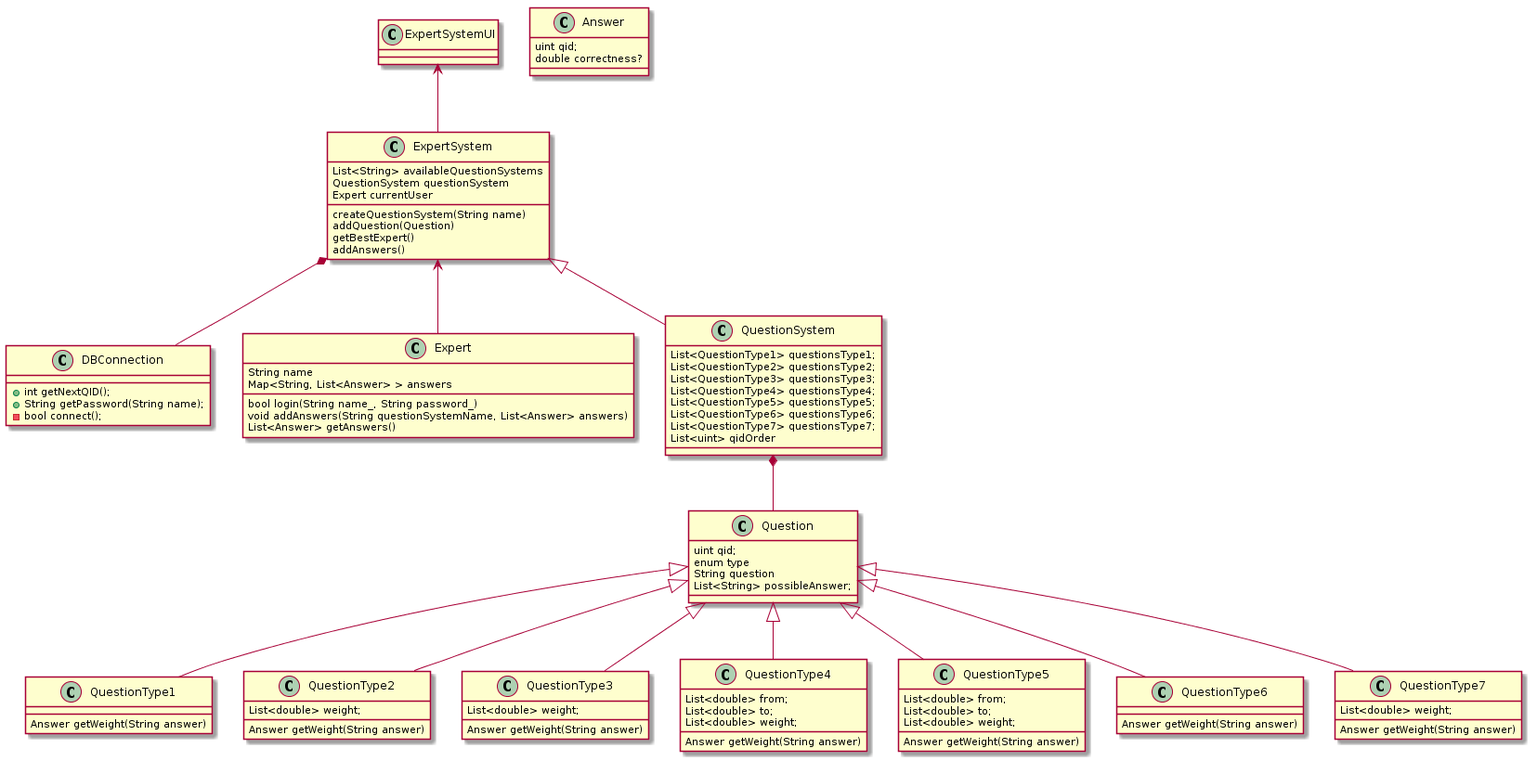
The PlantUML diagram ExpertSystem/doc/classDiagram.png in Drevlen/study, before a commit. The source it was exported from:
```plantuml
@startuml

class ExpertSystemUI {

}

class ExpertSystem {
   createQuestionSystem(String name)
   addQuestion(Question)
   getBestExpert()
   addAnswers()

   List<String> availableQuestionSystems
   QuestionSystem questionSystem
   Expert currentUser
}

class DBConnection {
   +int getNextQID();
   +String getPassword(String name);
   -bool connect();
}

class Expert {
   bool login(String name_, String password_)
   void addAnswers(String questionSystemName, List<Answer> answers)
   List<Answer> getAnswers()
   String name
   Map<String, List<Answer> > answers
}

class Answer {
   uint qid;
   double correctness?
}

class QuestionSystem {
   List<QuestionType1> questionsType1;
   List<QuestionType2> questionsType2;
   List<QuestionType3> questionsType3;
   List<QuestionType4> questionsType4;
   List<QuestionType5> questionsType5;
   List<QuestionType6> questionsType6;
   List<QuestionType7> questionsType7;
   List<uint> qidOrder
}

class Question {
   uint qid;
   enum type
   String question
   List<String> possibleAnswer;
}

class QuestionType1 {
   Answer getWeight(String answer)
}

class QuestionType2 {
   List<double> weight;
   Answer getWeight(String answer)
}

class QuestionType3 {
   List<double> weight;
   Answer getWeight(String answer)
}

class QuestionType4 {
   List<double> from;
   List<double> to;
   List<double> weight;
   Answer getWeight(String answer)
}

class QuestionType5 {
   List<double> from;
   List<double> to;
   List<double> weight;
   Answer getWeight(String answer)

}

class QuestionType6 {
   Answer getWeight(String answer)
}

class QuestionType7 {
   List<double> weight;
   Answer getWeight(String answer)
}

ExpertSystemUI <-- ExpertSystem
ExpertSystem <-- Expert
ExpertSystem <|-- QuestionSystem
ExpertSystem *-- DBConnection
QuestionSystem *-- Question
Question <|-- QuestionType1
Question <|-- QuestionType2
Question <|-- QuestionType3
Question <|-- QuestionType4
Question <|-- QuestionType5
Question <|-- QuestionType6
Question <|-- QuestionType7


@enduml
```
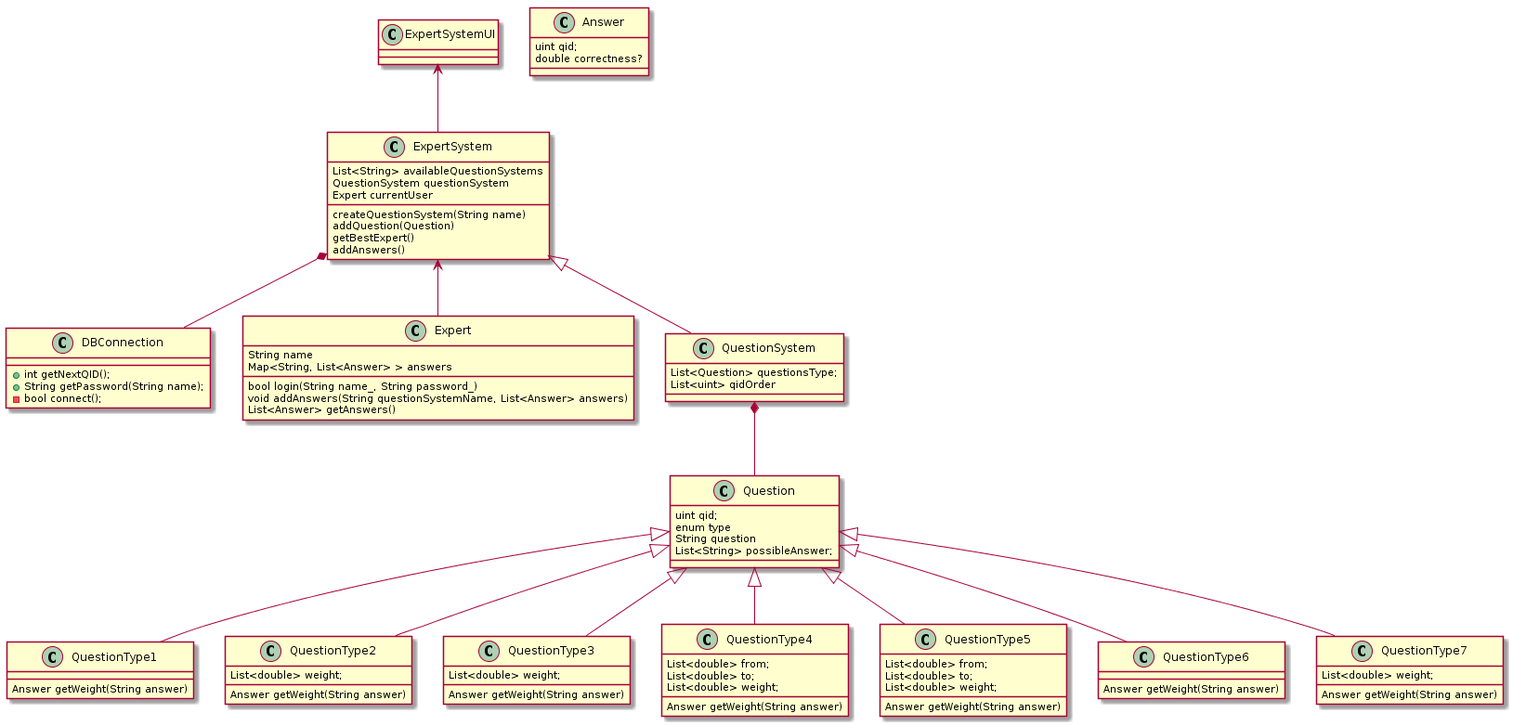
Later version of the same file.

Change to the diagram source:
```diff
@@ -35,13 +35,7 @@
 }
 
 class QuestionSystem {
-   List<QuestionType1> questionsType1;
-   List<QuestionType2> questionsType2;
-   List<QuestionType3> questionsType3;
-   List<QuestionType4> questionsType4;
-   List<QuestionType5> questionsType5;
-   List<QuestionType6> questionsType6;
-   List<QuestionType7> questionsType7;
+   List<Question> questionsType;
    List<uint> qidOrder
 }
 
```
